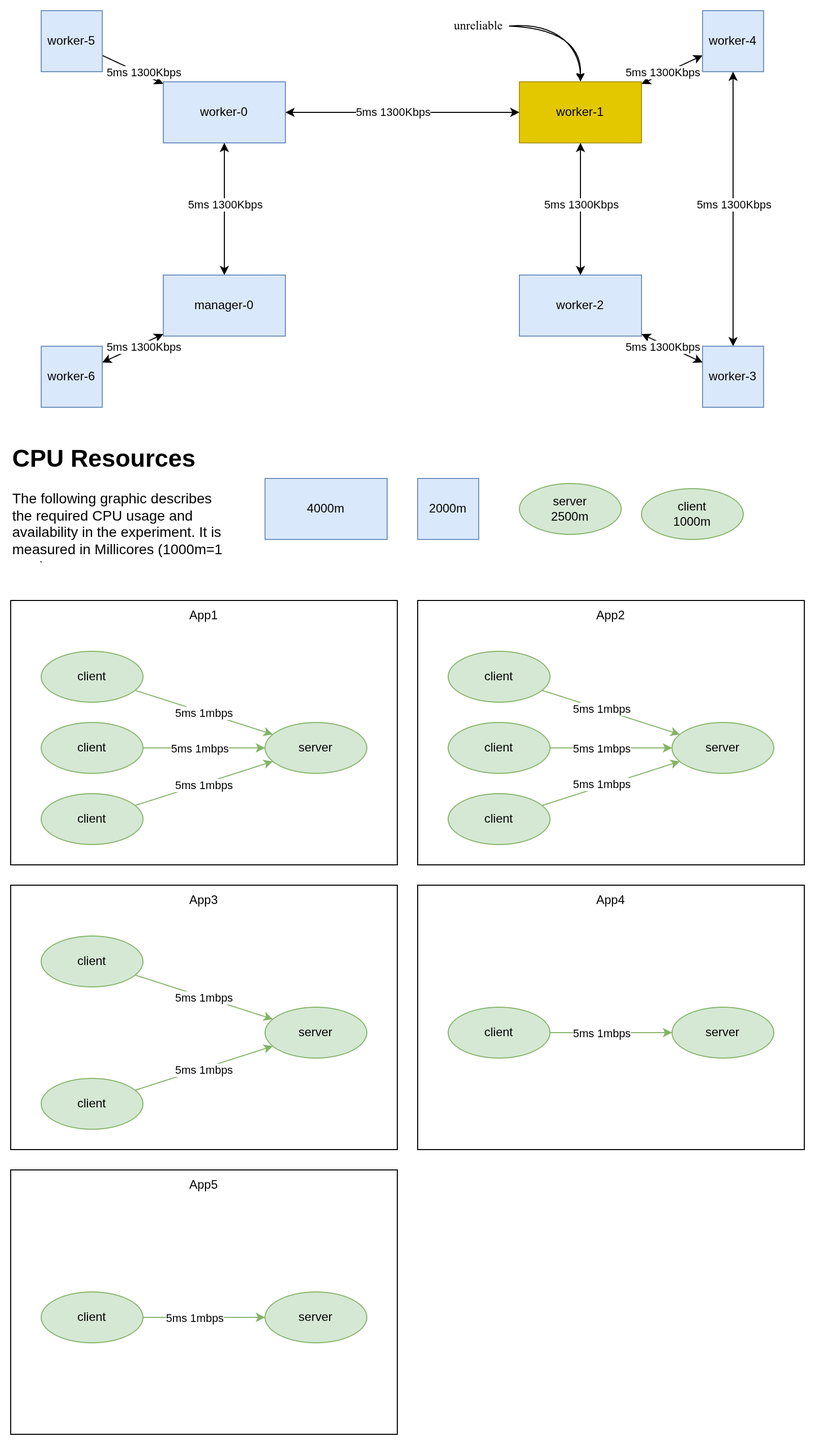
Earlier version of the draw.io export emulator/exp-1/setup.drawio.png (kr-0-n/k8_scheduler_experiments). Source tidied: cells renumbered, new cells last; positions are measured from the earlier drawing's top-left corner, leaving out a move shared by most shapes.
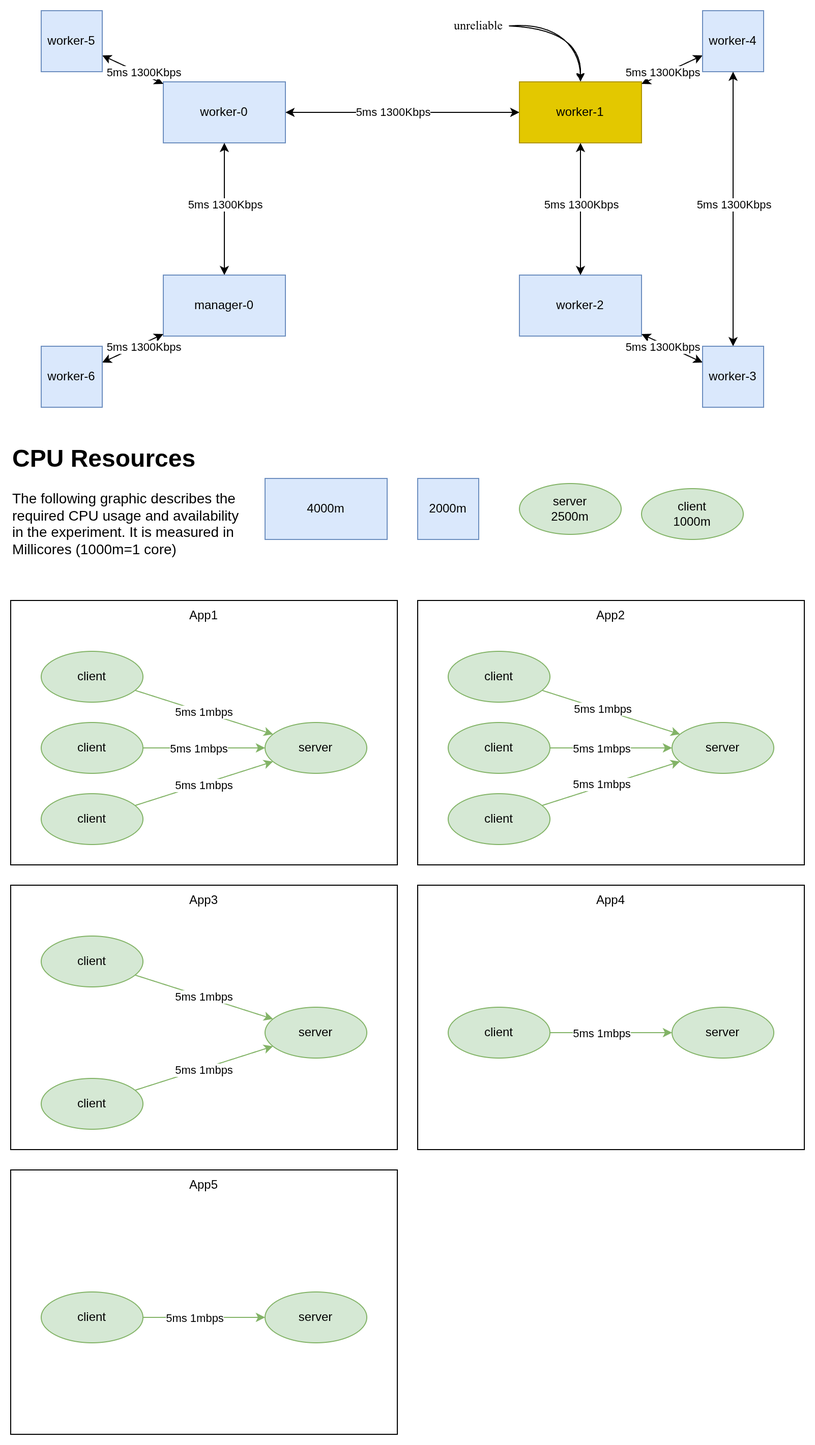
Later version of the same file.

Commit message:
Update graph and render

Change to the diagram source:
```diff
@@ -52,7 +52,7 @@
     <mxCell id="17" value="worker-6" style="rounded=0;whiteSpace=wrap;html=1;fillColor=#dae8fc;strokeColor=#6c8ebf;" parent="1" vertex="1">
       <mxGeometry x="30" y="330" width="60" height="60" as="geometry" />
     </mxCell>
-    <mxCell id="18" style="rounded=0;jettySize=auto;html=1;" parent="1" edge="1" source="19" target="3">
+    <mxCell id="18" style="rounded=0;jettySize=auto;html=1;startArrow=classic;startFill=1;" parent="1" edge="1" source="19" target="3">
       <mxGeometry relative="1" as="geometry" />
     </mxCell>
     <mxCell id="19" value="worker-5" style="rounded=0;whiteSpace=wrap;html=1;fillColor=#dae8fc;strokeColor=#6c8ebf;" parent="1" vertex="1">
@@ -240,7 +240,7 @@
       <mxGeometry x="620" y="470" width="100" height="50" as="geometry" />
     </mxCell>
     <mxCell id="77" value="&lt;h1 style=&quot;margin-top: 0px;&quot;&gt;CPU Resources&lt;/h1&gt;&lt;p&gt;&lt;font style=&quot;font-size: 14px;&quot;&gt;The following graphic describes the required CPU usage and availability in the experiment. It is measured in Millicores (1000m=1 core)&lt;/font&gt;&lt;/p&gt;" style="text;html=1;whiteSpace=wrap;overflow=hidden;rounded=0;" parent="1" vertex="1">
-      <mxGeometry y="420" width="210" height="120" as="geometry" />
+      <mxGeometry y="420" width="230" height="140" as="geometry" />
     </mxCell>
   </root>
 </mxGraphModel>
```
